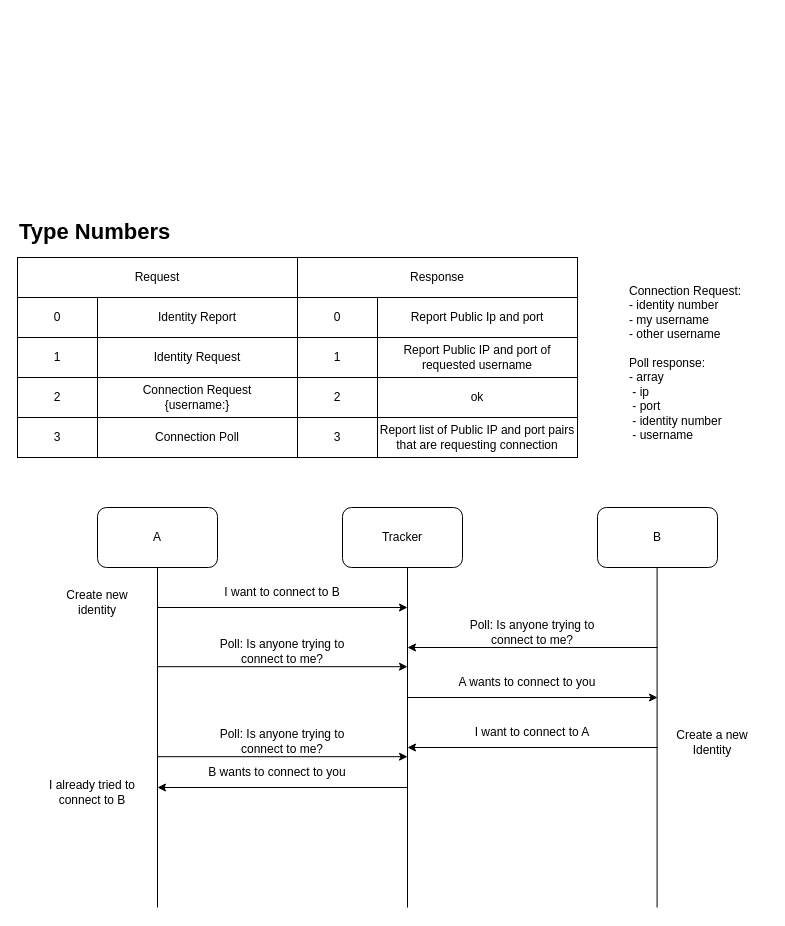
This is page "Server Link Packet Structure" (1 of 2) of Tracker-Link.drawio from Prototype-Aether/Prototype-Aether, a draw.io file, before an edit. Source tidied: cells renumbered, new cells numbered last; positions are measured from the earlier drawing's top-left corner, leaving out a move shared by most shapes. Both pictures are drawn from the tidied source at 100%, with x=0, y=0 at pixel (17, 217).
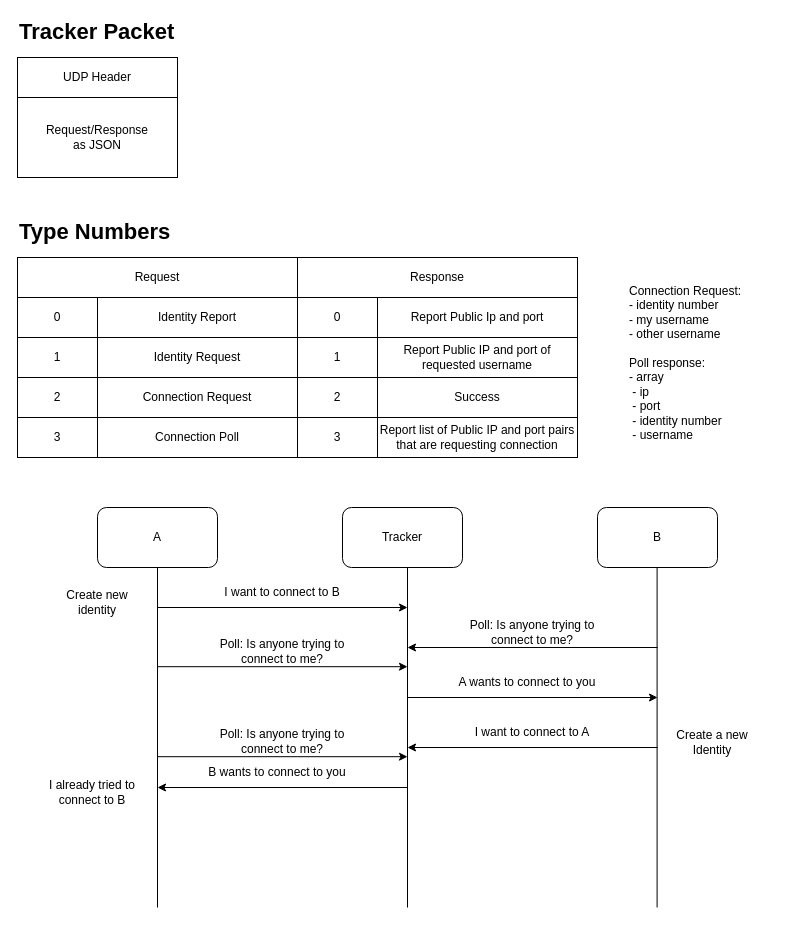
The same diagram, later.

Diff of the diagram source:
```diff
@@
-    <mxCell id="14" value="Connection Request&lt;br&gt;{username:}" style="rounded=0;whiteSpace=wrap;html=1;align=center;verticalAlign=middle;" parent="1" vertex="1">
+    <mxCell id="14" value="Connection Request" style="rounded=0;whiteSpace=wrap;html=1;align=center;verticalAlign=middle;" parent="1" vertex="1">
       <mxGeometry x="80" y="160" width="200" height="40" as="geometry" />
     </mxCell>
@@
-    <mxCell id="16" value="ok" style="rounded=0;whiteSpace=wrap;html=1;align=center;verticalAlign=middle;" parent="1" vertex="1">
+    <mxCell id="16" value="Success" style="rounded=0;whiteSpace=wrap;html=1;align=center;verticalAlign=middle;" parent="1" vertex="1">
       <mxGeometry x="360" y="160" width="200" height="40" as="geometry" />
     </mxCell>
@@
+    <mxCell id="45" value="UDP Header" style="rounded=0;whiteSpace=wrap;html=1;align=center;verticalAlign=middle;" parent="1" vertex="1">
+      <mxGeometry y="-160" width="160" height="40" as="geometry" />
+    </mxCell>
+    <mxCell id="46" value="Request/Response&lt;br&gt;as JSON" style="rounded=0;whiteSpace=wrap;html=1;align=center;verticalAlign=middle;" parent="1" vertex="1">
+      <mxGeometry y="-120" width="160" height="80" as="geometry" />
+    </mxCell>
+    <mxCell id="47" value="Tracker Packet" style="text;html=1;strokeColor=none;fillColor=none;align=left;verticalAlign=middle;whiteSpace=wrap;rounded=0;fontSize=22;fontStyle=1;" parent="1" vertex="1">
+      <mxGeometry y="-200" width="220" height="30" as="geometry" />
+    </mxCell>
```
